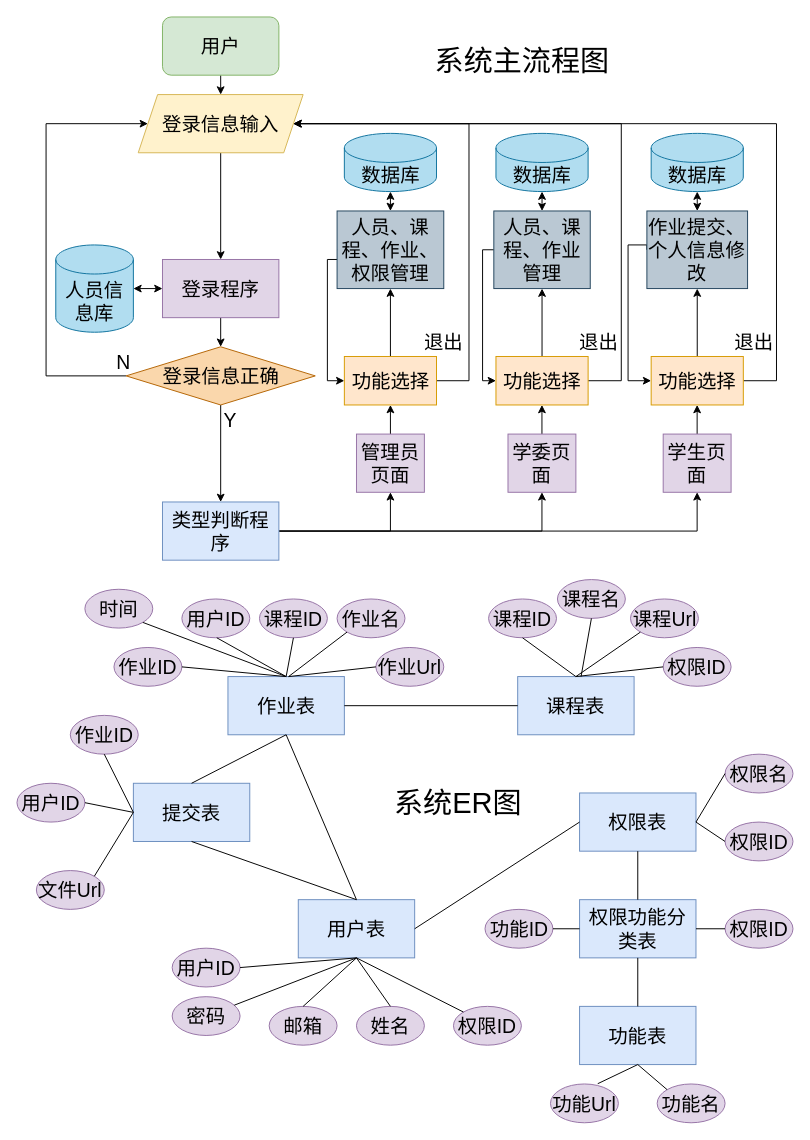
Earlier version of the draw.io diagram page "第 10 页" (10 of 11) of spring.drawio (Duxingmengshou/Duxingmengshou.github.io). Source tidied: cells renumbered, new cells numbered last; positions are measured from the earlier drawing's top-left corner, leaving out a move shared by most shapes. Both pictures are drawn from the tidied source at 97%, with x=0, y=0 at pixel (16, 16).
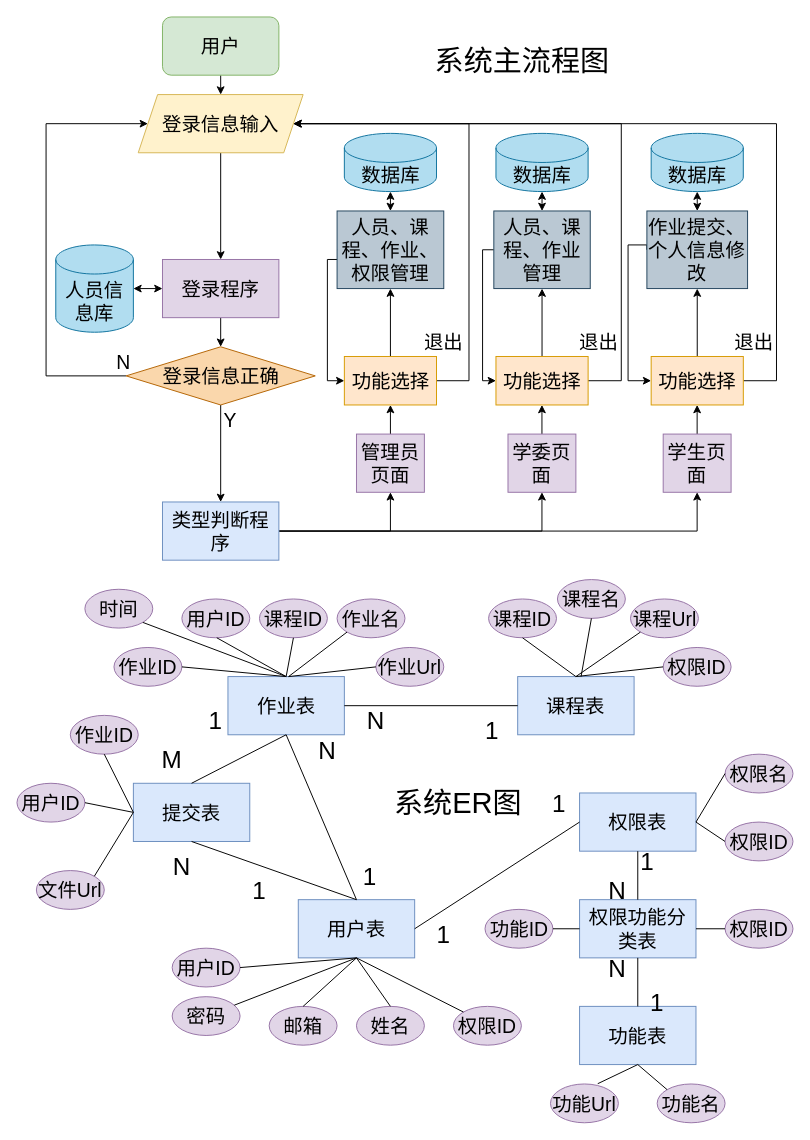
After the change.

The edit, as a diff of the source:
```diff
@@
+    <mxCell id="113" value="1" style="text;html=1;strokeColor=none;fillColor=none;align=center;verticalAlign=middle;whiteSpace=wrap;rounded=0;fontSize=25;" parent="1" vertex="1">
+      <mxGeometry x="334" y="870" width="60" height="30" as="geometry" />
+    </mxCell>
+    <mxCell id="114" value="1" style="text;html=1;strokeColor=none;fillColor=none;align=center;verticalAlign=middle;whiteSpace=wrap;rounded=0;fontSize=25;" parent="1" vertex="1">
+      <mxGeometry x="220" y="885" width="60" height="30" as="geometry" />
+    </mxCell>
+    <mxCell id="115" value="N" style="text;html=1;strokeColor=none;fillColor=none;align=center;verticalAlign=middle;whiteSpace=wrap;rounded=0;fontSize=25;" parent="1" vertex="1">
+      <mxGeometry x="140" y="860" width="60" height="30" as="geometry" />
+    </mxCell>
+    <mxCell id="116" value="N" style="text;html=1;strokeColor=none;fillColor=none;align=center;verticalAlign=middle;whiteSpace=wrap;rounded=0;fontSize=25;" parent="1" vertex="1">
+      <mxGeometry x="290" y="740" width="60" height="30" as="geometry" />
+    </mxCell>
+    <mxCell id="117" value="1" style="text;html=1;strokeColor=none;fillColor=none;align=center;verticalAlign=middle;whiteSpace=wrap;rounded=0;fontSize=25;" parent="1" vertex="1">
+      <mxGeometry x="410" y="930" width="60" height="30" as="geometry" />
+    </mxCell>
+    <mxCell id="118" value="1" style="text;html=1;strokeColor=none;fillColor=none;align=center;verticalAlign=middle;whiteSpace=wrap;rounded=0;fontSize=25;" parent="1" vertex="1">
+      <mxGeometry x="528.8" y="795" width="60" height="30" as="geometry" />
+    </mxCell>
+    <mxCell id="119" value="1" style="text;html=1;strokeColor=none;fillColor=none;align=center;verticalAlign=middle;whiteSpace=wrap;rounded=0;fontSize=25;" parent="1" vertex="1">
+      <mxGeometry x="630" y="1000" width="60" height="30" as="geometry" />
+    </mxCell>
+    <mxCell id="120" value="1" style="text;html=1;strokeColor=none;fillColor=none;align=center;verticalAlign=middle;whiteSpace=wrap;rounded=0;fontSize=25;" parent="1" vertex="1">
+      <mxGeometry x="620" y="855" width="60" height="30" as="geometry" />
+    </mxCell>
+    <mxCell id="121" value="1" style="text;html=1;strokeColor=none;fillColor=none;align=center;verticalAlign=middle;whiteSpace=wrap;rounded=0;fontSize=25;" parent="1" vertex="1">
+      <mxGeometry x="460" y="720" width="60" height="30" as="geometry" />
+    </mxCell>
+    <mxCell id="122" value="N" style="text;html=1;strokeColor=none;fillColor=none;align=center;verticalAlign=middle;whiteSpace=wrap;rounded=0;fontSize=25;" parent="1" vertex="1">
+      <mxGeometry x="340" y="710" width="60" height="30" as="geometry" />
+    </mxCell>
+    <mxCell id="123" value="M" style="text;html=1;strokeColor=none;fillColor=none;align=center;verticalAlign=middle;whiteSpace=wrap;rounded=0;fontSize=25;" parent="1" vertex="1">
+      <mxGeometry x="130" y="750" width="60" height="30" as="geometry" />
+    </mxCell>
+    <mxCell id="124" value="1" style="text;html=1;strokeColor=none;fillColor=none;align=center;verticalAlign=middle;whiteSpace=wrap;rounded=0;fontSize=25;" parent="1" vertex="1">
+      <mxGeometry x="175" y="710" width="60" height="30" as="geometry" />
+    </mxCell>
+    <mxCell id="125" value="N" style="text;html=1;strokeColor=none;fillColor=none;align=center;verticalAlign=middle;whiteSpace=wrap;rounded=0;fontSize=25;" parent="1" vertex="1">
+      <mxGeometry x="588.8" y="885" width="60" height="30" as="geometry" />
+    </mxCell>
+    <mxCell id="126" value="N" style="text;html=1;strokeColor=none;fillColor=none;align=center;verticalAlign=middle;whiteSpace=wrap;rounded=0;fontSize=25;" parent="1" vertex="1">
+      <mxGeometry x="588.8" y="965" width="60" height="30" as="geometry" />
+    </mxCell>
```
